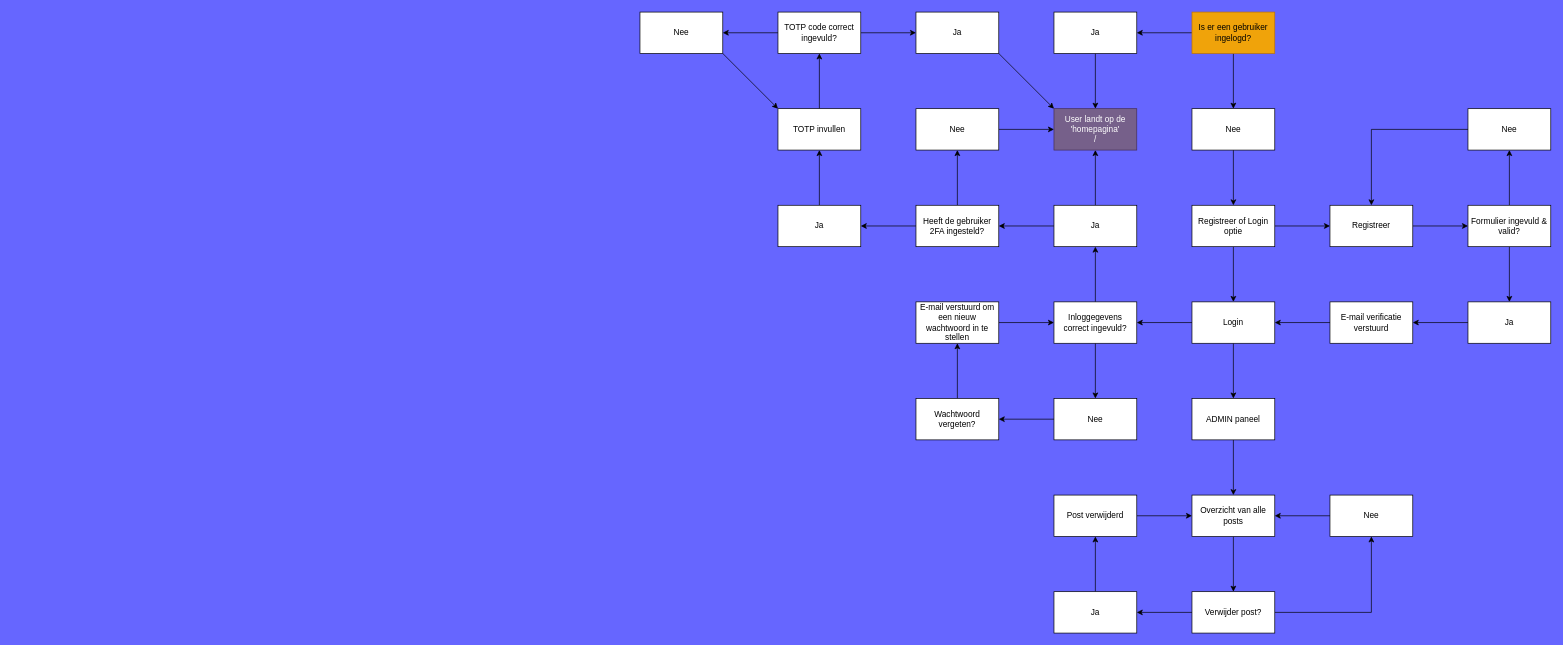
Above: zDocumentatie/LogInFlowchart.drawio in maikdejong/MaikSpace (draw.io), before the change. Source tidied: cells renumbered, new cells numbered last; positions are measured from the earlier drawing's top-left corner, leaving out a move shared by most shapes. Both pictures are drawn from the tidied source at 69%, with x=0, y=0 at pixel (640, 12).
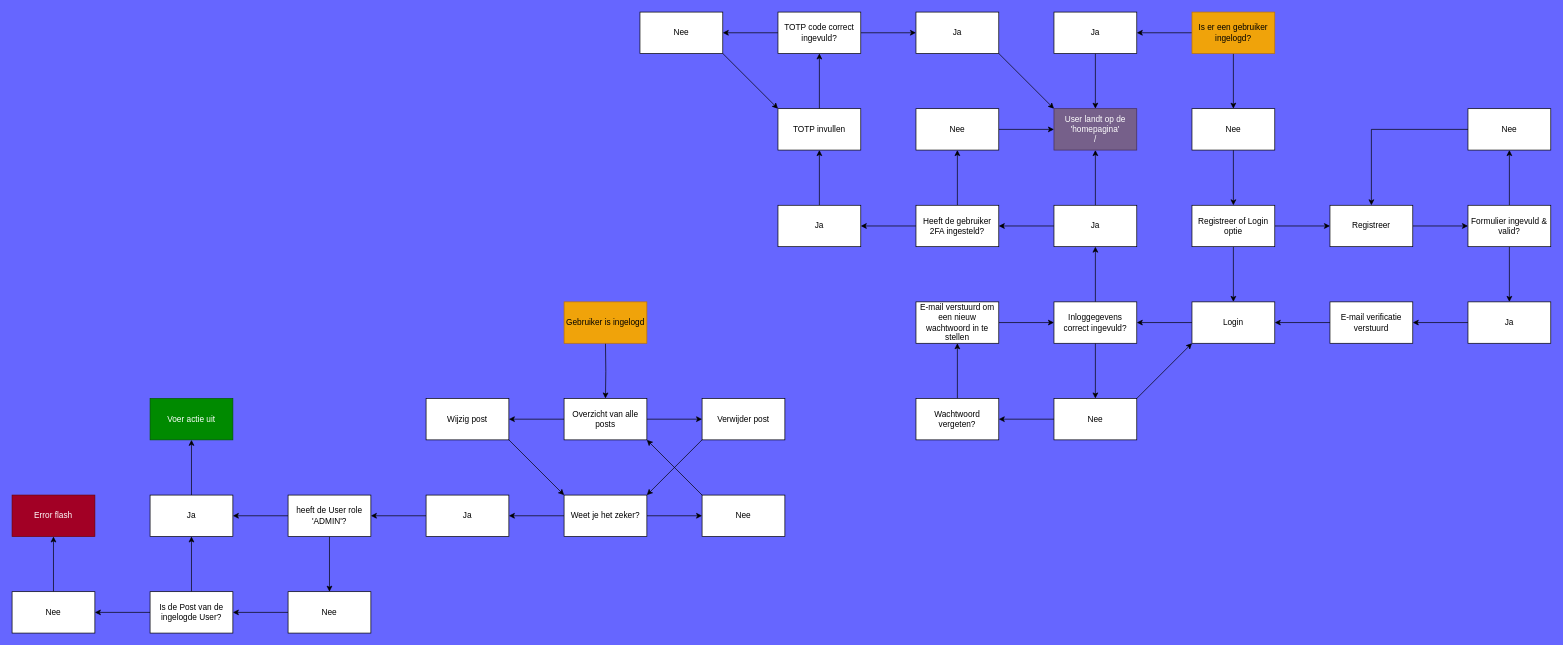
The same page after the edit.

Commit message (it also covers changes not shown here):
flowcharts aanpassingen

The change refers to these unchanged cells:
```xml
<mxCell id="7" value="Login" style="rounded=0;whiteSpace=wrap;html=1;" parent="1" vertex="1">
  <mxGeometry x="800" y="420" width="120" height="60" as="geometry" />
</mxCell>
<mxCell id="36" value="Nee" style="rounded=0;whiteSpace=wrap;html=1;" parent="1" vertex="1">
  <mxGeometry x="600" y="560" width="120" height="60" as="geometry" />
</mxCell>
```

What changed in the source:
```diff
@@
-    <mxCell id="5" style="edgeStyle=orthogonalEdgeStyle;rounded=0;jettySize=auto;html=1;" parent="1" edge="1" source="7" target="20">
-      <mxGeometry relative="1" as="geometry" />
-    </mxCell>
@@
-    <mxCell id="19" style="edgeStyle=orthogonalEdgeStyle;rounded=0;jettySize=auto;html=1;" parent="1" edge="1" source="20" target="22">
-      <mxGeometry relative="1" as="geometry" />
-    </mxCell>
-    <mxCell id="20" value="ADMIN paneel" style="rounded=0;whiteSpace=wrap;html=1;" parent="1" vertex="1">
-      <mxGeometry x="800" y="560" width="120" height="60" as="geometry" />
-    </mxCell>
@@
+    <mxCell id="68" style="edgeStyle=orthogonalEdgeStyle;rounded=0;jettySize=auto;html=1;" parent="1" edge="1" source="22" target="80">
+      <mxGeometry relative="1" as="geometry" />
+    </mxCell>
     <mxCell id="22" value="Overzicht van alle posts" style="rounded=0;whiteSpace=wrap;html=1;" parent="1" vertex="1">
-      <mxGeometry x="800" y="700" width="120" height="60" as="geometry" />
+      <mxGeometry x="-110" y="560" width="120" height="60" as="geometry" />
     </mxCell>
-    <mxCell id="23" style="edgeStyle=orthogonalEdgeStyle;rounded=0;jettySize=auto;html=1;" parent="1" edge="1" source="25" target="27">
-      <mxGeometry relative="1" as="geometry" />
-    </mxCell>
-    <mxCell id="24" style="edgeStyle=orthogonalEdgeStyle;rounded=0;jettySize=auto;html=1;" parent="1" edge="1" source="25" target="29">
-      <mxGeometry relative="1" as="geometry" />
-    </mxCell>
-    <mxCell id="25" value="Verwijder post?" style="rounded=0;whiteSpace=wrap;html=1;" parent="1" vertex="1">
-      <mxGeometry x="800" y="840" width="120" height="60" as="geometry" />
+    <mxCell id="25" value="Verwijder post" style="rounded=0;whiteSpace=wrap;html=1;" parent="1" vertex="1">
+      <mxGeometry x="90" y="560" width="120" height="60" as="geometry" />
     </mxCell>
-    <mxCell id="26" style="edgeStyle=orthogonalEdgeStyle;rounded=0;jettySize=auto;html=1;" parent="1" edge="1" source="27" target="22">
-      <mxGeometry relative="1" as="geometry" />
-    </mxCell>
-    <mxCell id="27" value="Nee" style="rounded=0;whiteSpace=wrap;html=1;" parent="1" vertex="1">
-      <mxGeometry x="1000" y="700" width="120" height="60" as="geometry" />
-    </mxCell>
-    <mxCell id="28" style="edgeStyle=orthogonalEdgeStyle;rounded=0;jettySize=auto;html=1;" parent="1" edge="1" source="29" target="31">
-      <mxGeometry relative="1" as="geometry" />
-    </mxCell>
-    <mxCell id="29" value="Ja" style="rounded=0;whiteSpace=wrap;html=1;" parent="1" vertex="1">
-      <mxGeometry x="600" y="840" width="120" height="60" as="geometry" />
-    </mxCell>
-    <mxCell id="30" style="edgeStyle=orthogonalEdgeStyle;rounded=0;jettySize=auto;html=1;" parent="1" edge="1" source="31" target="22">
-      <mxGeometry relative="1" as="geometry" />
-    </mxCell>
-    <mxCell id="31" value="Post verwijderd" style="rounded=0;whiteSpace=wrap;html=1;" parent="1" vertex="1">
-      <mxGeometry x="600" y="700" width="120" height="60" as="geometry" />
-    </mxCell>
@@
+    <mxCell id="69" style="edgeStyle=orthogonalEdgeStyle;rounded=0;jettySize=auto;html=1;" parent="1" edge="1" source="71" target="84">
+      <mxGeometry relative="1" as="geometry" />
+    </mxCell>
+    <mxCell id="70" style="edgeStyle=orthogonalEdgeStyle;rounded=0;jettySize=auto;html=1;" parent="1" edge="1" source="71" target="85">
+      <mxGeometry relative="1" as="geometry" />
+    </mxCell>
+    <mxCell id="71" value="Weet je het zeker?" style="rounded=0;whiteSpace=wrap;html=1;" parent="1" vertex="1">
+      <mxGeometry x="-110" y="700" width="120" height="60" as="geometry" />
+    </mxCell>
+    <mxCell id="72" style="edgeStyle=orthogonalEdgeStyle;rounded=0;jettySize=auto;html=1;" parent="1" edge="1" source="73" target="91">
+      <mxGeometry relative="1" as="geometry" />
+    </mxCell>
+    <mxCell id="73" value="Nee" style="rounded=0;whiteSpace=wrap;html=1;" parent="1" vertex="1">
+      <mxGeometry x="-510" y="840" width="120" height="60" as="geometry" />
+    </mxCell>
+    <mxCell id="74" style="endArrow=classic;html=1;rounded=0;exitX=1;exitY=0;exitDx=0;exitDy=0;entryX=0;entryY=1;entryDx=0;entryDy=0;" parent="1" edge="1" source="36" target="7">
+      <mxGeometry relative="1" as="geometry" />
+    </mxCell>
+    <mxCell id="75" style="edgeStyle=orthogonalEdgeStyle;rounded=0;jettySize=auto;html=1;" parent="1" edge="1" target="22">
+      <mxGeometry relative="1" as="geometry">
+        <mxPoint x="-50" y="480" as="sourcePoint" />
+      </mxGeometry>
+    </mxCell>
+    <mxCell id="76" value="Gebruiker is ingelogd" style="rounded=0;whiteSpace=wrap;html=1;fillColor=#f0a30a;fontColor=#000000;strokeColor=#BD7000;" parent="1" vertex="1">
+      <mxGeometry x="-110" y="420" width="120" height="60" as="geometry" />
+    </mxCell>
+    <mxCell id="77" style="edgeStyle=orthogonalEdgeStyle;rounded=0;jettySize=auto;html=1;" parent="1" edge="1" source="79" target="73">
+      <mxGeometry relative="1" as="geometry" />
+    </mxCell>
+    <mxCell id="78" style="edgeStyle=orthogonalEdgeStyle;rounded=0;jettySize=auto;html=1;" parent="1" edge="1" source="79" target="88">
+      <mxGeometry relative="1" as="geometry" />
+    </mxCell>
+    <mxCell id="79" value="heeft de User role 'ADMIN'?" style="rounded=0;whiteSpace=wrap;html=1;" parent="1" vertex="1">
+      <mxGeometry x="-510" y="700" width="120" height="60" as="geometry" />
+    </mxCell>
+    <mxCell id="80" value="Wijzig post" style="rounded=0;whiteSpace=wrap;html=1;" parent="1" vertex="1">
+      <mxGeometry x="-310" y="560" width="120" height="60" as="geometry" />
+    </mxCell>
+    <mxCell id="81" style="endArrow=classic;html=1;rounded=0;exitX=1;exitY=1;exitDx=0;exitDy=0;entryX=0;entryY=0;entryDx=0;entryDy=0;" parent="1" edge="1" source="80" target="71">
+      <mxGeometry relative="1" as="geometry" />
+    </mxCell>
+    <mxCell id="82" style="endArrow=classic;html=1;rounded=0;exitX=0;exitY=1;exitDx=0;exitDy=0;entryX=1;entryY=0;entryDx=0;entryDy=0;" parent="1" edge="1" source="25" target="71">
+      <mxGeometry relative="1" as="geometry" />
+    </mxCell>
+    <mxCell id="83" style="edgeStyle=orthogonalEdgeStyle;rounded=0;jettySize=auto;html=1;" parent="1" edge="1" source="84" target="79">
+      <mxGeometry relative="1" as="geometry" />
+    </mxCell>
+    <mxCell id="84" value="Ja" style="rounded=0;whiteSpace=wrap;html=1;" parent="1" vertex="1">
+      <mxGeometry x="-310" y="700" width="120" height="60" as="geometry" />
+    </mxCell>
+    <mxCell id="85" value="Nee" style="rounded=0;whiteSpace=wrap;html=1;" parent="1" vertex="1">
+      <mxGeometry x="90" y="700" width="120" height="60" as="geometry" />
+    </mxCell>
+    <mxCell id="86" style="endArrow=classic;html=1;rounded=0;entryX=1;entryY=1;entryDx=0;entryDy=0;exitX=0;exitY=0;exitDx=0;exitDy=0;" parent="1" edge="1" source="85" target="22">
+      <mxGeometry relative="1" as="geometry" />
+    </mxCell>
+    <mxCell id="87" style="edgeStyle=orthogonalEdgeStyle;rounded=0;jettySize=auto;html=1;" parent="1" edge="1" source="88" target="92">
+      <mxGeometry relative="1" as="geometry" />
+    </mxCell>
+    <mxCell id="88" value="Ja" style="rounded=0;whiteSpace=wrap;html=1;" parent="1" vertex="1">
+      <mxGeometry x="-710" y="700" width="120" height="60" as="geometry" />
+    </mxCell>
+    <mxCell id="89" style="edgeStyle=orthogonalEdgeStyle;rounded=0;jettySize=auto;html=1;" parent="1" edge="1" source="91" target="88">
+      <mxGeometry relative="1" as="geometry" />
+    </mxCell>
+    <mxCell id="90" style="edgeStyle=orthogonalEdgeStyle;rounded=0;jettySize=auto;html=1;" parent="1" edge="1" source="91" target="94">
+      <mxGeometry relative="1" as="geometry" />
+    </mxCell>
+    <mxCell id="91" value="Is de Post van de ingelogde User?" style="rounded=0;whiteSpace=wrap;html=1;" parent="1" vertex="1">
+      <mxGeometry x="-710" y="840" width="120" height="60" as="geometry" />
+    </mxCell>
+    <mxCell id="92" value="Voer actie uit" style="rounded=0;whiteSpace=wrap;html=1;fillColor=#008a00;fontColor=#ffffff;strokeColor=#005700;" parent="1" vertex="1">
+      <mxGeometry x="-710" y="560" width="120" height="60" as="geometry" />
+    </mxCell>
+    <mxCell id="93" style="edgeStyle=orthogonalEdgeStyle;rounded=0;jettySize=auto;html=1;" parent="1" edge="1" source="94" target="95">
+      <mxGeometry relative="1" as="geometry" />
+    </mxCell>
+    <mxCell id="94" value="Nee" style="rounded=0;whiteSpace=wrap;html=1;" parent="1" vertex="1">
+      <mxGeometry x="-910" y="840" width="120" height="60" as="geometry" />
+    </mxCell>
+    <mxCell id="95" value="Error flash" style="rounded=0;whiteSpace=wrap;html=1;fillColor=#a20025;fontColor=#ffffff;strokeColor=#6F0000;" parent="1" vertex="1">
+      <mxGeometry x="-910" y="700" width="120" height="60" as="geometry" />
+    </mxCell>
```
